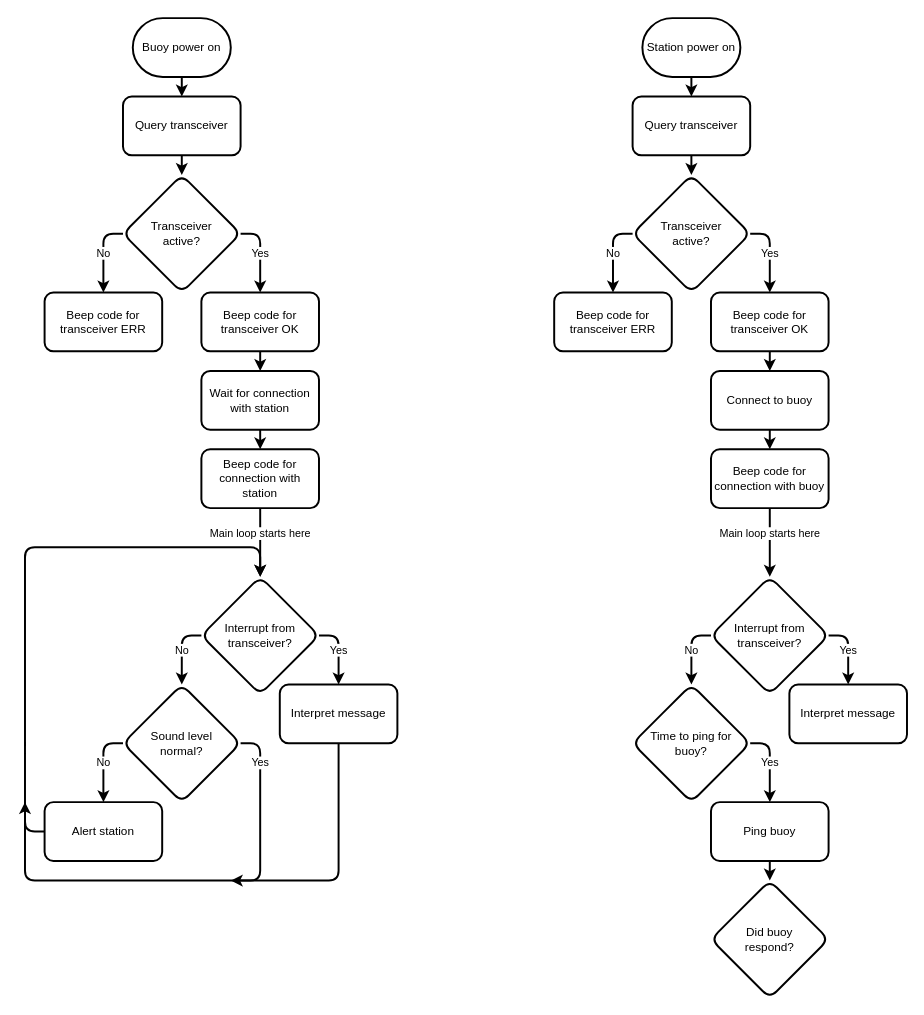
The draw.io diagram page "Flowchart" (2 of 2) of notes/buoy-blueprint.drawio in Cyphred/boom-buoy, before the edit. Source tidied: cells renumbered, new cells numbered last; positions are measured from the earlier drawing's top-left corner, leaving out a move shared by most shapes. Both pictures are drawn from the tidied source at 98%, with x=0, y=0 at pixel (24, 18).
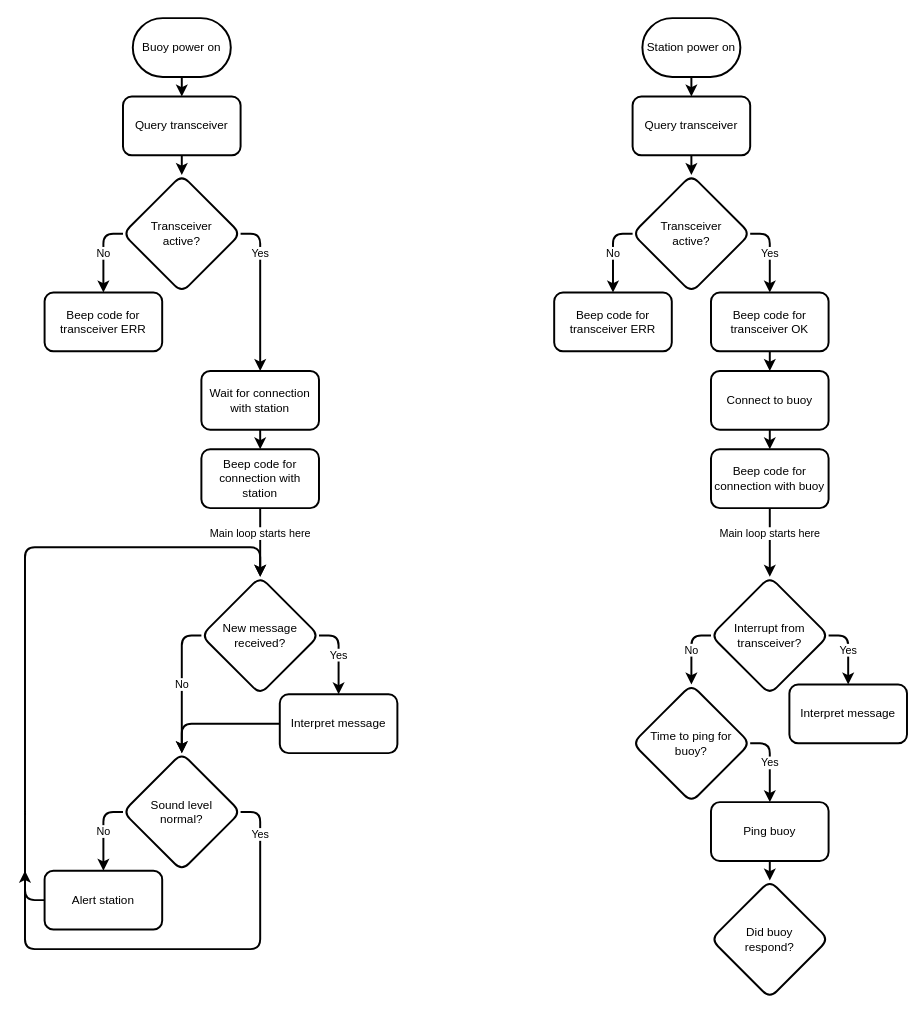
Above is the later version.

Unchanged cells that the change refers to:
```xml
<mxCell id="8" value="Transceiver&lt;br&gt;active?" style="rhombus;whiteSpace=wrap;html=1;strokeWidth=2;fillColor=#ffffff;rounded=1;" parent="1" vertex="1">
  <mxGeometry x="100" y="160" width="120" height="120" as="geometry" />
</mxCell>
<mxCell id="20" value="Wait for connection with station" style="rounded=1;whiteSpace=wrap;html=1;strokeWidth=2;fillColor=#ffffff;" parent="1" vertex="1">
  <mxGeometry x="180" y="360" width="120" height="60" as="geometry" />
</mxCell>
```

What changed in the source:
```diff
@@
-    <mxCell id="6" value="Yes" style="edgeStyle=orthogonalEdgeStyle;rounded=1;jettySize=auto;html=1;entryX=0.5;entryY=0;entryDx=0;entryDy=0;startArrow=none;startFill=0;endArrow=classic;endFill=1;strokeWidth=2;exitX=1;exitY=0.5;exitDx=0;exitDy=0;" parent="1" edge="1" source="8" target="10">
-      <mxGeometry relative="1" as="geometry" />
+    <mxCell id="6" value="Yes" style="edgeStyle=orthogonalEdgeStyle;rounded=1;jettySize=auto;html=1;entryX=0.5;entryY=0;entryDx=0;entryDy=0;startArrow=none;startFill=0;endArrow=classic;endFill=1;strokeWidth=2;exitX=1;exitY=0.5;exitDx=0;exitDy=0;" parent="1" edge="1" source="8" target="20">
+      <mxGeometry x="-0.5" relative="1" as="geometry" />
     </mxCell>
@@
-    <mxCell id="9" style="edgeStyle=orthogonalEdgeStyle;rounded=1;jettySize=auto;html=1;startArrow=none;startFill=0;endArrow=classic;endFill=1;strokeWidth=2;entryX=0.5;entryY=0;entryDx=0;entryDy=0;" parent="1" edge="1" source="10" target="20">
-      <mxGeometry relative="1" as="geometry" />
-    </mxCell>
-    <mxCell id="10" value="Beep code for transceiver OK" style="rounded=1;whiteSpace=wrap;html=1;strokeWidth=2;fillColor=#ffffff;" parent="1" vertex="1">
-      <mxGeometry x="180" y="280" width="120" height="60" as="geometry" />
-    </mxCell>
@@
-    <mxCell id="14" value="Interrupt from&lt;br&gt;transceiver?" style="rhombus;whiteSpace=wrap;html=1;strokeWidth=2;fillColor=#ffffff;rounded=1;" parent="1" vertex="1">
+    <mxCell id="14" value="New message received?" style="rhombus;whiteSpace=wrap;html=1;strokeWidth=2;fillColor=#ffffff;rounded=1;" parent="1" vertex="1">
       <mxGeometry x="180" y="570" width="120" height="120" as="geometry" />
     </mxCell>
     <mxCell id="15" value="Interpret message" style="rounded=1;whiteSpace=wrap;html=1;strokeWidth=2;fillColor=#ffffff;" parent="1" vertex="1">
-      <mxGeometry x="260" y="680" width="120" height="60" as="geometry" />
+      <mxGeometry x="260" y="690" width="120" height="60" as="geometry" />
     </mxCell>
@@
     <mxCell id="17" value="Sound level&lt;br&gt;normal?" style="rhombus;whiteSpace=wrap;html=1;strokeWidth=2;fillColor=#ffffff;rounded=1;" parent="1" vertex="1">
-      <mxGeometry x="100" y="680" width="120" height="120" as="geometry" />
+      <mxGeometry x="100" y="750" width="120" height="120" as="geometry" />
     </mxCell>
     <mxCell id="18" value="Alert station" style="rounded=1;whiteSpace=wrap;html=1;strokeWidth=2;fillColor=#ffffff;" parent="1" vertex="1">
-      <mxGeometry x="20" y="800" width="120" height="60" as="geometry" />
+      <mxGeometry x="20" y="870" width="120" height="60" as="geometry" />
     </mxCell>
@@
     <mxCell id="21" value="Yes" style="endArrow=classic;html=1;strokeWidth=2;exitX=1;exitY=0.5;exitDx=0;exitDy=0;entryX=0.5;entryY=0;entryDx=0;entryDy=0;" parent="1" edge="1" source="17" target="14">
       <mxGeometry x="-0.92" relative="1" as="geometry">
         <Array as="points">
-          <mxPoint x="240" y="740" />
-          <mxPoint x="240" y="880" />
-          <mxPoint y="880" />
+          <mxPoint x="240" y="810" />
+          <mxPoint x="240" y="950" />
+          <mxPoint y="950" />
           <mxPoint y="540" />
           <mxPoint x="240" y="540" />
         </Array>
       </mxGeometry>
     </mxCell>
-    <mxCell id="22" style="endArrow=classic;html=1;strokeWidth=2;exitX=0.5;exitY=1;exitDx=0;exitDy=0;" parent="1" edge="1" source="15">
-      <mxGeometry relative="1" as="geometry">
-        <mxPoint x="210" y="880" as="targetPoint" />
-        <Array as="points">
-          <mxPoint x="320" y="880" />
-        </Array>
-      </mxGeometry>
-    </mxCell>
     <mxCell id="23" style="endArrow=classic;html=1;strokeWidth=2;exitX=0;exitY=0.5;exitDx=0;exitDy=0;" parent="1" edge="1" source="18">
       <mxGeometry relative="1" as="geometry">
-        <mxPoint y="800" as="targetPoint" />
+        <mxPoint y="870" as="targetPoint" />
         <Array as="points">
-          <mxPoint y="830" />
+          <mxPoint y="900" />
         </Array>
       </mxGeometry>
     </mxCell>
@@
+    <mxCell id="49" style="endArrow=classic;html=1;strokeWidth=2;exitX=0;exitY=0.5;exitDx=0;exitDy=0;entryX=0.5;entryY=0;entryDx=0;entryDy=0;" parent="1" edge="1" source="15" target="17">
+      <mxGeometry relative="1" as="geometry">
+        <Array as="points">
+          <mxPoint x="160" y="720" />
+        </Array>
+      </mxGeometry>
+    </mxCell>
```
